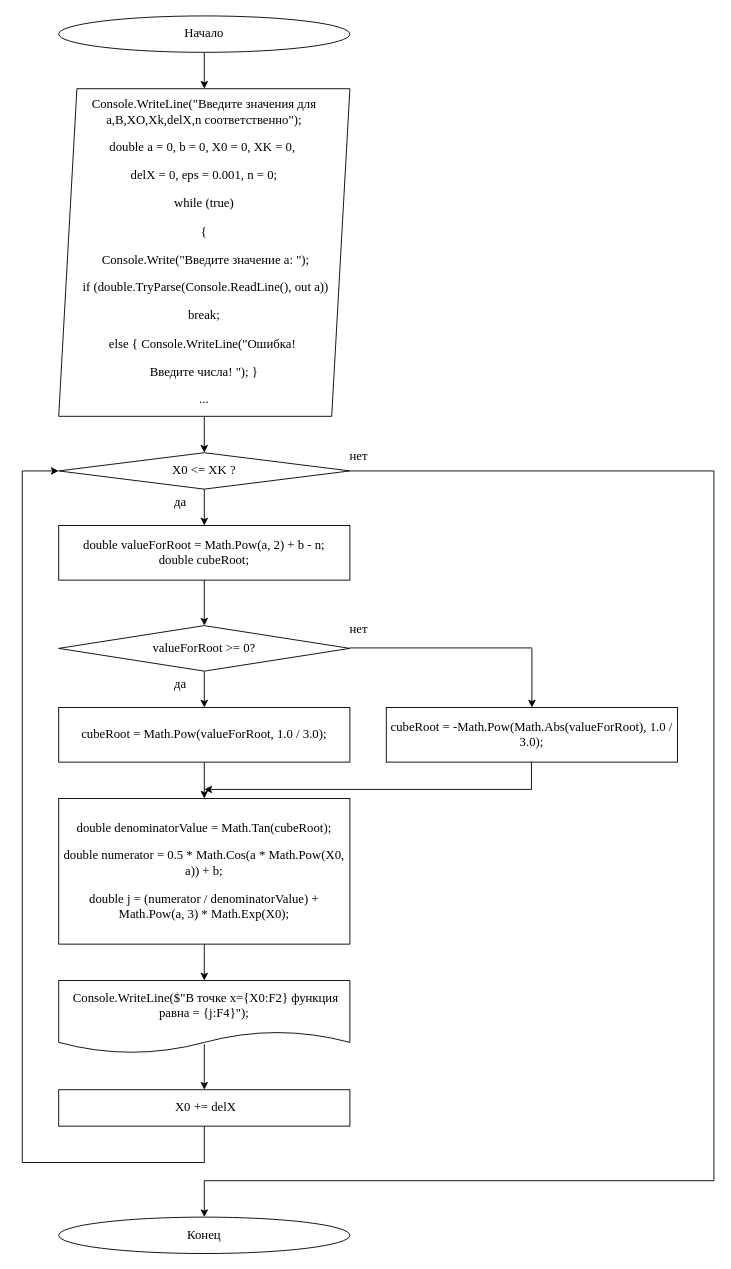
Dimag11/- keeps this draw.io diagram as Задание 7.drawio. Above is the earlier version. Source tidied: cells renumbered, new cells numbered last; positions are measured from the earlier drawing's top-left corner, leaving out a move shared by most shapes. Both pictures are drawn from the tidied source at 91%, with x=0, y=0 at pixel (22, 15).
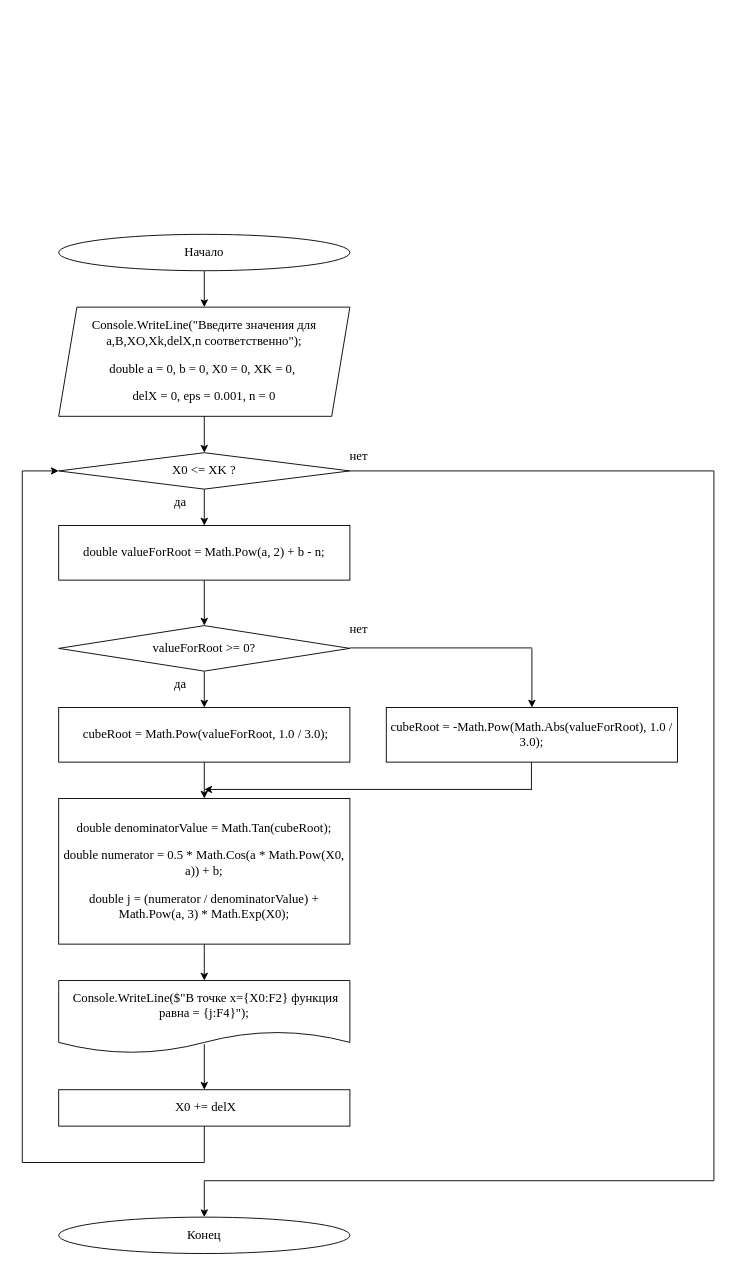
After the change.

The change refers to these unchanged cells:
```xml
<mxCell id="7" value="X0 &amp;lt;= XK ?" style="rhombus;whiteSpace=wrap;html=1;fontFamily=Times New Roman;fontSize=14;" parent="1" vertex="1">
  <mxGeometry x="40" y="480" width="320" height="40" as="geometry" />
</mxCell>
```

What changed in the source:
```diff
@@
-    <mxCell id="2" style="edgeStyle=orthogonalEdgeStyle;rounded=0;jettySize=auto;html=1;fontFamily=Times New Roman;fontSize=14;" parent="1" edge="1" source="3">
-      <mxGeometry relative="1" as="geometry">
-        <mxPoint x="200" y="80" as="targetPoint" />
-      </mxGeometry>
-    </mxCell>
+    <mxCell id="37" style="edgeStyle=orthogonalEdgeStyle;rounded=0;jettySize=auto;html=1;" parent="1" edge="1" source="3" target="5">
+      <mxGeometry relative="1" as="geometry" />
+    </mxCell>
     <mxCell id="3" value="Начало" style="ellipse;whiteSpace=wrap;html=1;fontFamily=Times New Roman;fontSize=14;" parent="1" vertex="1">
-      <mxGeometry x="40" width="320" height="40" as="geometry" />
+      <mxGeometry x="40" y="240" width="320" height="40" as="geometry" />
     </mxCell>
-    <mxCell id="4" style="edgeStyle=orthogonalEdgeStyle;rounded=0;jettySize=auto;html=1;fontFamily=Times New Roman;fontSize=14;" parent="1" edge="1" source="5" target="7">
-      <mxGeometry relative="1" as="geometry" />
-    </mxCell>
-    <mxCell id="5" value="&lt;p class=&quot;MsoNormal&quot;&gt;&lt;span style=&quot;background: rgb(255, 255, 255);&quot;&gt;Console&lt;/span&gt;&lt;span style=&quot;background: rgb(255, 255, 255);&quot;&gt;.WriteLine(&lt;/span&gt;&lt;span style=&quot;background: rgb(255, 255, 255);&quot;&gt;&quot;Введите значения для a,B,XO,Xk,delX,n соответственно&quot;&lt;/span&gt;&lt;span style=&quot;background: rgb(255, 255, 255);&quot;&gt;);&lt;/span&gt;&lt;/p&gt;&lt;p class=&quot;MsoNormal&quot;&gt;&lt;span style=&quot;color: light-dark(rgb(0, 0, 0), rgb(255, 255, 255)); background: rgb(255, 255, 255);&quot;&gt;double&lt;/span&gt;&lt;span style=&quot;color: light-dark(rgb(0, 0, 0), rgb(255, 255, 255)); background: rgb(255, 255, 255);&quot;&gt;&amp;nbsp;a = 0, b = 0, X0 = 0, XK = 0,&amp;nbsp;&lt;/span&gt;&lt;/p&gt;&lt;p class=&quot;MsoNormal&quot;&gt;&lt;span style=&quot;color: light-dark(rgb(0, 0, 0), rgb(255, 255, 255)); background: rgb(255, 255, 255);&quot;&gt;delX = 0, eps = 0.001, n = 0;&lt;/span&gt;&lt;/p&gt;&lt;p class=&quot;MsoNormal&quot;&gt;&lt;span style=&quot;background: rgb(255, 255, 255);&quot;&gt;while&lt;/span&gt;&lt;span style=&quot;background: rgb(255, 255, 255);&quot;&gt;&amp;nbsp;(&lt;/span&gt;&lt;span style=&quot;background: rgb(255, 255, 255);&quot;&gt;true&lt;/span&gt;&lt;span style=&quot;background: rgb(255, 255, 255);&quot;&gt;)&lt;/span&gt;&lt;span style=&quot;background: rgb(255, 255, 255);&quot;&gt;&lt;/span&gt;&lt;/p&gt;&lt;p class=&quot;MsoNormal&quot;&gt;&lt;span style=&quot;background: rgb(255, 255, 255);&quot;&gt;{&lt;/span&gt;&lt;span style=&quot;background: rgb(255, 255, 255);&quot;&gt;&lt;/span&gt;&lt;/p&gt;&lt;p class=&quot;MsoNormal&quot;&gt;&lt;span style=&quot;background: rgb(255, 255, 255);&quot;&gt;&amp;nbsp;&lt;/span&gt;&lt;span style=&quot;background: rgb(255, 255, 255);&quot;&gt;Console&lt;/span&gt;&lt;span style=&quot;background: rgb(255, 255, 255);&quot;&gt;.Write(&lt;/span&gt;&lt;span style=&quot;background: rgb(255, 255, 255);&quot;&gt;&quot;Введите значение a: &quot;&lt;/span&gt;&lt;span style=&quot;background: rgb(255, 255, 255);&quot;&gt;);&lt;/span&gt;&lt;span style=&quot;background: rgb(255, 255, 255);&quot;&gt;&lt;/span&gt;&lt;/p&gt;&lt;p class=&quot;MsoNormal&quot;&gt;&lt;span style=&quot;background: rgb(255, 255, 255);&quot;&gt;&amp;nbsp;&lt;/span&gt;&lt;span style=&quot;background: rgb(255, 255, 255);&quot;&gt;if&lt;/span&gt;&lt;span style=&quot;background: rgb(255, 255, 255);&quot;&gt;&amp;nbsp;(&lt;/span&gt;&lt;span style=&quot;background: rgb(255, 255, 255);&quot;&gt;double&lt;/span&gt;&lt;span style=&quot;background: rgb(255, 255, 255);&quot;&gt;.TryParse(&lt;/span&gt;&lt;span style=&quot;background: rgb(255, 255, 255);&quot;&gt;Console&lt;/span&gt;&lt;span style=&quot;background: rgb(255, 255, 255);&quot;&gt;.ReadLine(), &lt;/span&gt;&lt;span style=&quot;background: rgb(255, 255, 255);&quot;&gt;out&lt;/span&gt;&lt;span style=&quot;background: rgb(255, 255, 255);&quot;&gt;&amp;nbsp;a))&lt;/span&gt;&lt;span style=&quot;background: rgb(255, 255, 255);&quot;&gt;&lt;/span&gt;&lt;/p&gt;&lt;p class=&quot;MsoNormal&quot;&gt;&lt;span style=&quot;background: rgb(255, 255, 255);&quot;&gt;break&lt;/span&gt;&lt;span style=&quot;background: rgb(255, 255, 255);&quot;&gt;;&lt;/span&gt;&lt;span style=&quot;background: rgb(255, 255, 255);&quot;&gt;&lt;/span&gt;&lt;/p&gt;&lt;p class=&quot;MsoNormal&quot;&gt;&lt;span style=&quot;background: rgb(255, 255, 255);&quot;&gt;else&lt;/span&gt;&lt;span style=&quot;background: rgb(255, 255, 255);&quot;&gt;&amp;nbsp;{ &lt;/span&gt;&lt;span style=&quot;background: rgb(255, 255, 255);&quot;&gt;Console&lt;/span&gt;&lt;span style=&quot;background: rgb(255, 255, 255);&quot;&gt;.WriteLine(&lt;/span&gt;&lt;span style=&quot;background: rgb(255, 255, 255);&quot;&gt;&quot;Ошибка!&amp;nbsp;&lt;/span&gt;&lt;/p&gt;&lt;p class=&quot;MsoNormal&quot;&gt;&lt;span style=&quot;background: rgb(255, 255, 255);&quot;&gt;Введите числа! &quot;&lt;/span&gt;&lt;span style=&quot;background: rgb(255, 255, 255);&quot;&gt;); }&lt;/span&gt;&lt;/p&gt;&lt;p class=&quot;MsoNormal&quot;&gt;&lt;span style=&quot;background-color: rgb(255, 255, 255);&quot;&gt;...&lt;/span&gt;&lt;/p&gt;" style="shape=parallelogram;perimeter=parallelogramPerimeter;whiteSpace=wrap;html=1;fixedSize=1;fontFamily=Times New Roman;fontSize=14;" parent="1" vertex="1">
-      <mxGeometry x="40" y="80" width="320" height="360" as="geometry" />
+    <mxCell id="5" value="&lt;p class=&quot;MsoNormal&quot;&gt;&lt;span style=&quot;background: rgb(255, 255, 255);&quot;&gt;Console&lt;/span&gt;&lt;span style=&quot;background: rgb(255, 255, 255);&quot;&gt;.WriteLine(&lt;/span&gt;&lt;span style=&quot;background: rgb(255, 255, 255);&quot;&gt;&quot;Введите значения для a,B,XO,Xk,delX,n соответственно&quot;&lt;/span&gt;&lt;span style=&quot;background: rgb(255, 255, 255);&quot;&gt;);&lt;/span&gt;&lt;/p&gt;&lt;p class=&quot;MsoNormal&quot;&gt;&lt;span style=&quot;color: light-dark(rgb(0, 0, 0), rgb(255, 255, 255)); background: rgb(255, 255, 255);&quot;&gt;double&lt;/span&gt;&lt;span style=&quot;color: light-dark(rgb(0, 0, 0), rgb(255, 255, 255)); background: rgb(255, 255, 255);&quot;&gt;&amp;nbsp;a = 0, b = 0, X0 = 0, XK = 0,&amp;nbsp;&lt;/span&gt;&lt;/p&gt;&lt;p class=&quot;MsoNormal&quot;&gt;&lt;span style=&quot;color: light-dark(rgb(0, 0, 0), rgb(255, 255, 255)); background: rgb(255, 255, 255);&quot;&gt;delX = 0, eps = 0.001, n = 0&lt;/span&gt;&lt;/p&gt;" style="shape=parallelogram;perimeter=parallelogramPerimeter;whiteSpace=wrap;html=1;fixedSize=1;fontFamily=Times New Roman;fontSize=14;" parent="1" vertex="1">
+      <mxGeometry x="40" y="320" width="320" height="120" as="geometry" />
     </mxCell>
@@
-    <mxCell id="14" value="&lt;div&gt;double valueForRoot = Math.Pow(a, 2) + b - n;&lt;/div&gt;&lt;div&gt;double cubeRoot;&lt;/div&gt;" style="rounded=0;whiteSpace=wrap;html=1;fontFamily=Times New Roman;fontSize=14;" parent="1" vertex="1">
+    <mxCell id="14" value="&lt;div&gt;double valueForRoot = Math.Pow(a, 2) + b - n;&lt;/div&gt;" style="rounded=0;whiteSpace=wrap;html=1;fontFamily=Times New Roman;fontSize=14;" parent="1" vertex="1">
       <mxGeometry x="40" y="560" width="320" height="60" as="geometry" />
     </mxCell>
@@
-    <mxCell id="18" value="cubeRoot = Math.Pow(valueForRoot, 1.0 / 3.0);" style="rounded=0;whiteSpace=wrap;html=1;fontFamily=Times New Roman;fontSize=14;" parent="1" vertex="1">
+    <mxCell id="18" value="&amp;nbsp;cubeRoot = Math.Pow(valueForRoot, 1.0 / 3.0);" style="rounded=0;whiteSpace=wrap;html=1;fontFamily=Times New Roman;fontSize=14;" parent="1" vertex="1">
       <mxGeometry x="40" y="760" width="320" height="60" as="geometry" />
     </mxCell>
@@
+    <mxCell id="38" style="endArrow=classic;html=1;rounded=0;entryX=0.5;entryY=0;entryDx=0;entryDy=0;" parent="1" edge="1" target="7">
+      <mxGeometry relative="1" as="geometry">
+        <mxPoint x="200" y="440" as="sourcePoint" />
+      </mxGeometry>
+    </mxCell>
```
